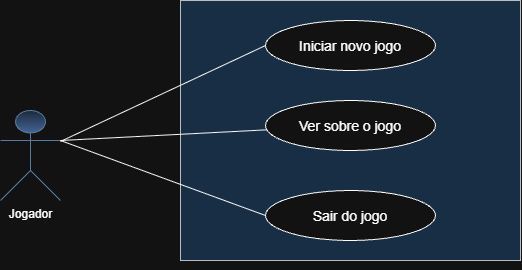
The draw.io diagram casos-de-uso/Casos de uso.drawio.png in joaovictorVsales/Bolonha-e-Milano-Mons-edition, before a commit. Source tidied: cells renumbered, new cells last; positions are measured from the earlier drawing's top-left corner, leaving out a move shared by most shapes.
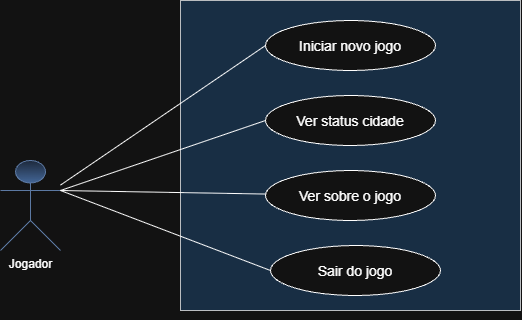
After the change.

Commit message:
Casos de uso (ETAPA 2)

Diff of the diagram source:
```diff
@@ -6,19 +6,19 @@
       <mxGeometry y="110" width="60" height="90" as="geometry" />
     </mxCell>
     <mxCell id="3" style="rounded=0;whiteSpace=wrap;html=1;fillColor=#cce5ff;strokeColor=#36393d;" parent="1" vertex="1">
-      <mxGeometry x="180" width="340" height="260" as="geometry" />
+      <mxGeometry x="180" y="-50" width="340" height="310" as="geometry" />
     </mxCell>
     <mxCell id="4" value="&lt;font style=&quot;font-size: 14px;&quot;&gt;Iniciar novo jogo&lt;/font&gt;" style="ellipse;whiteSpace=wrap;html=1;shapeInside=1;" parent="1" vertex="1">
-      <mxGeometry x="265" y="20" width="170" height="50" as="geometry" />
+      <mxGeometry x="265" y="-30" width="170" height="50" as="geometry" />
     </mxCell>
     <mxCell id="5" style="endArrow=none;html=1;rounded=0;defaultLabelBackgroundColor=page;labelPadding=0 4;entryX=0;entryY=0.5;entryDx=0;entryDy=0;" parent="1" edge="1" source="2" target="4">
       <mxGeometry relative="1" as="geometry" />
     </mxCell>
     <mxCell id="6" value="Ver sobre o jogo" style="ellipse;whiteSpace=wrap;html=1;shapeInside=1;fontSize=14;" parent="1" vertex="1">
-      <mxGeometry x="265" y="100" width="170" height="50" as="geometry" />
+      <mxGeometry x="265" y="120" width="170" height="50" as="geometry" />
     </mxCell>
     <mxCell id="7" value="Sair do jogo" style="ellipse;whiteSpace=wrap;html=1;shapeInside=1;fontSize=14;" parent="1" vertex="1">
-      <mxGeometry x="265" y="190" width="170" height="50" as="geometry" />
+      <mxGeometry x="270" y="195" width="170" height="50" as="geometry" />
     </mxCell>
     <mxCell id="8" style="endArrow=none;html=1;rounded=0;defaultLabelBackgroundColor=page;labelPadding=0 4;exitX=1;exitY=0.3333333333333333;exitDx=0;exitDy=0;exitPerimeter=0;" parent="1" edge="1" source="2" target="6">
       <mxGeometry relative="1" as="geometry" />
@@ -29,5 +29,11 @@
     <mxCell id="10" style="edgeStyle=orthogonalEdgeStyle;rounded=0;orthogonalLoop=1;jettySize=auto;html=1;innerLoopWaypoints=1;exitX=0.5;exitY=1;exitDx=0;exitDy=0;defaultLabelBackgroundColor=page;labelPadding=0 4;" parent="1" edge="1" source="3" target="3">
       <mxGeometry relative="1" as="geometry" />
     </mxCell>
+    <mxCell id="11" value="&lt;font style=&quot;font-size: 14px;&quot;&gt;Ver status cidade&lt;/font&gt;" style="ellipse;whiteSpace=wrap;html=1;shapeInside=1;" parent="1" vertex="1">
+      <mxGeometry x="265" y="45" width="170" height="50" as="geometry" />
+    </mxCell>
+    <mxCell id="12" style="endArrow=none;html=1;rounded=0;defaultLabelBackgroundColor=page;labelPadding=0 4;entryX=0;entryY=0.5;entryDx=0;entryDy=0;exitX=1;exitY=0.3333333333333333;exitDx=0;exitDy=0;exitPerimeter=0;" parent="1" edge="1" source="2" target="11">
+      <mxGeometry relative="1" as="geometry" />
+    </mxCell>
   </root>
 </mxGraphModel>
```
